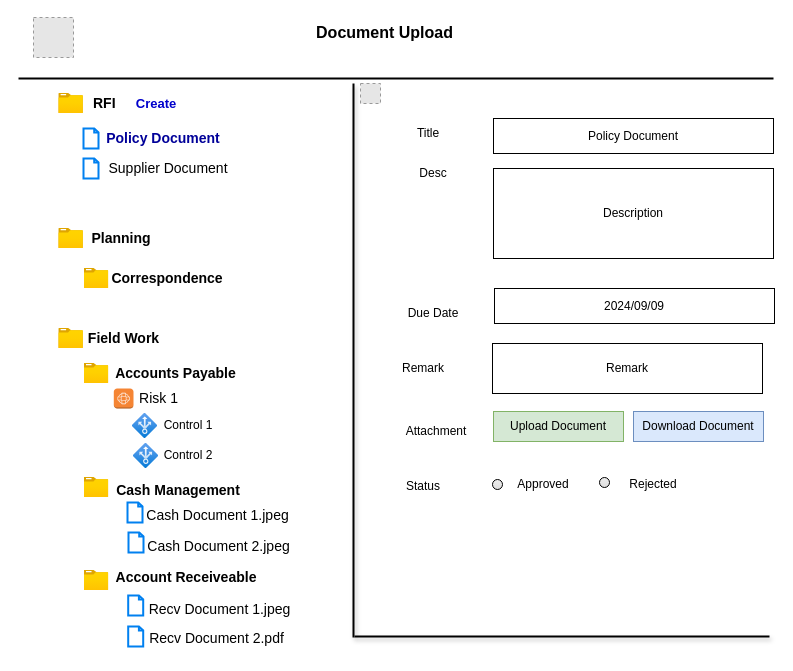
AvikM1996/draw.io keeps this draw.io diagram as page "Document Upload" (4 of 4) of internal_audit.drawio. Above is the earlier version. Source tidied: cells renumbered, new cells numbered last; positions are measured from the earlier drawing's top-left corner, leaving out a move shared by most shapes. Both pictures are drawn from the tidied source at 100%, with x=0, y=0 at pixel (18, 17). Pictures stored in the file or linked from it are replaced by grey dashed boxes.
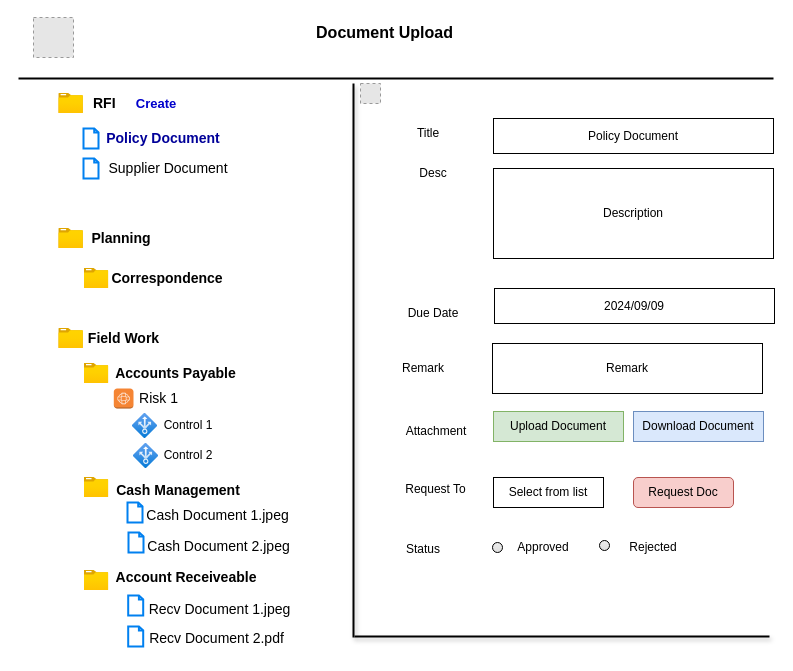
Above is the later version.

Diff of the diagram source:
```diff
@@
     <mxCell id="46" value="Status" style="text;html=1;align=center;verticalAlign=middle;whiteSpace=wrap;rounded=0;" parent="1" vertex="1">
-      <mxGeometry x="375" y="454" width="60" height="30" as="geometry" />
+      <mxGeometry x="375" y="517" width="60" height="30" as="geometry" />
     </mxCell>
     <mxCell id="47" style="html=1;shadow=0;dashed=0;shape=mxgraph.bootstrap.radioButton2;labelPosition=right;verticalLabelPosition=middle;align=left;verticalAlign=middle;gradientColor=#DEDEDE;fillColor=#EDEDED;checked=0;spacing=5;checkedFill=#0085FC;checkedStroke=#ffffff;sketch=0;" parent="1" vertex="1">
-      <mxGeometry x="474" y="462" width="10" height="10" as="geometry" />
+      <mxGeometry x="474" y="525" width="10" height="10" as="geometry" />
     </mxCell>
     <mxCell id="48" value="Approved" style="text;html=1;align=center;verticalAlign=middle;whiteSpace=wrap;rounded=0;" parent="1" vertex="1">
-      <mxGeometry x="495" y="452" width="60" height="30" as="geometry" />
+      <mxGeometry x="495" y="515" width="60" height="30" as="geometry" />
     </mxCell>
     <mxCell id="49" style="html=1;shadow=0;dashed=0;shape=mxgraph.bootstrap.radioButton2;labelPosition=right;verticalLabelPosition=middle;align=left;verticalAlign=middle;gradientColor=#DEDEDE;fillColor=#EDEDED;checked=0;spacing=5;checkedFill=#0085FC;checkedStroke=#ffffff;sketch=0;" parent="1" vertex="1">
-      <mxGeometry x="581" y="460" width="10" height="10" as="geometry" />
+      <mxGeometry x="581" y="523" width="10" height="10" as="geometry" />
     </mxCell>
     <mxCell id="50" value="Rejected" style="text;html=1;align=center;verticalAlign=middle;whiteSpace=wrap;rounded=0;" parent="1" vertex="1">
-      <mxGeometry x="605" y="452" width="60" height="30" as="geometry" />
+      <mxGeometry x="605" y="515" width="60" height="30" as="geometry" />
     </mxCell>
@@
+    <mxCell id="57" value="Request To" style="text;html=1;align=center;verticalAlign=middle;strokeColor=none;fillColor=none;" parent="1" vertex="1">
+      <mxGeometry x="377" y="457" width="80" height="30" as="geometry" />
+    </mxCell>
+    <mxCell id="58" value="Select from list" style="whiteSpace=wrap;html=1;" parent="1" vertex="1">
+      <mxGeometry x="475" y="460" width="110" height="30" as="geometry" />
+    </mxCell>
+    <mxCell id="59" value="Request Doc" style="rounded=1;whiteSpace=wrap;html=1;fillColor=#f8cecc;strokeColor=#b85450;" parent="1" vertex="1">
+      <mxGeometry x="615" y="460" width="100" height="30" as="geometry" />
+    </mxCell>
```
